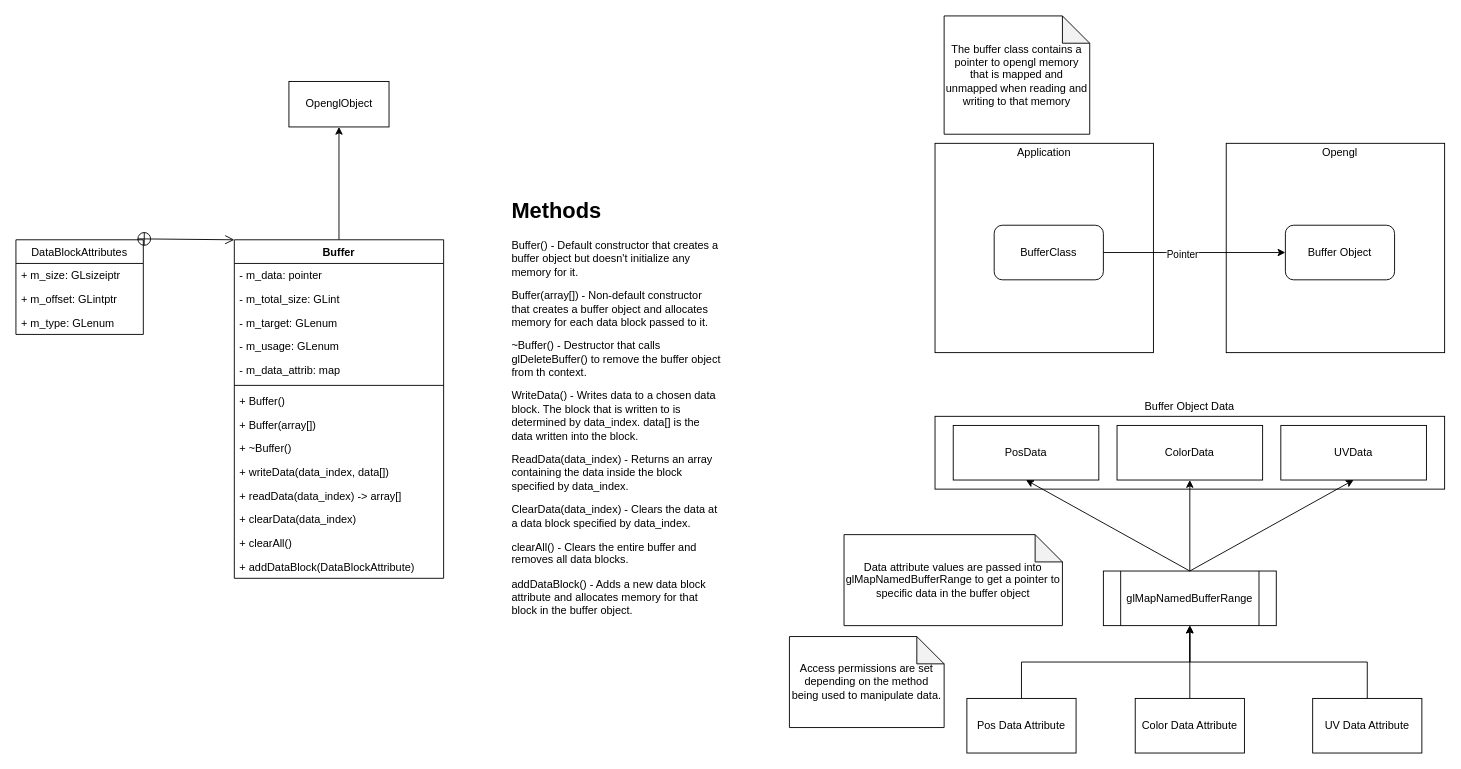
Earlier version of the draw.io diagram docs/buffer.drawio (LowFire/blazer3d). Source tidied: cells renumbered, new cells numbered last; positions are measured from the earlier drawing's top-left corner, leaving out a move shared by most shapes. Both pictures are drawn from the tidied source at 91%, with x=0, y=0 at pixel (15, 15).
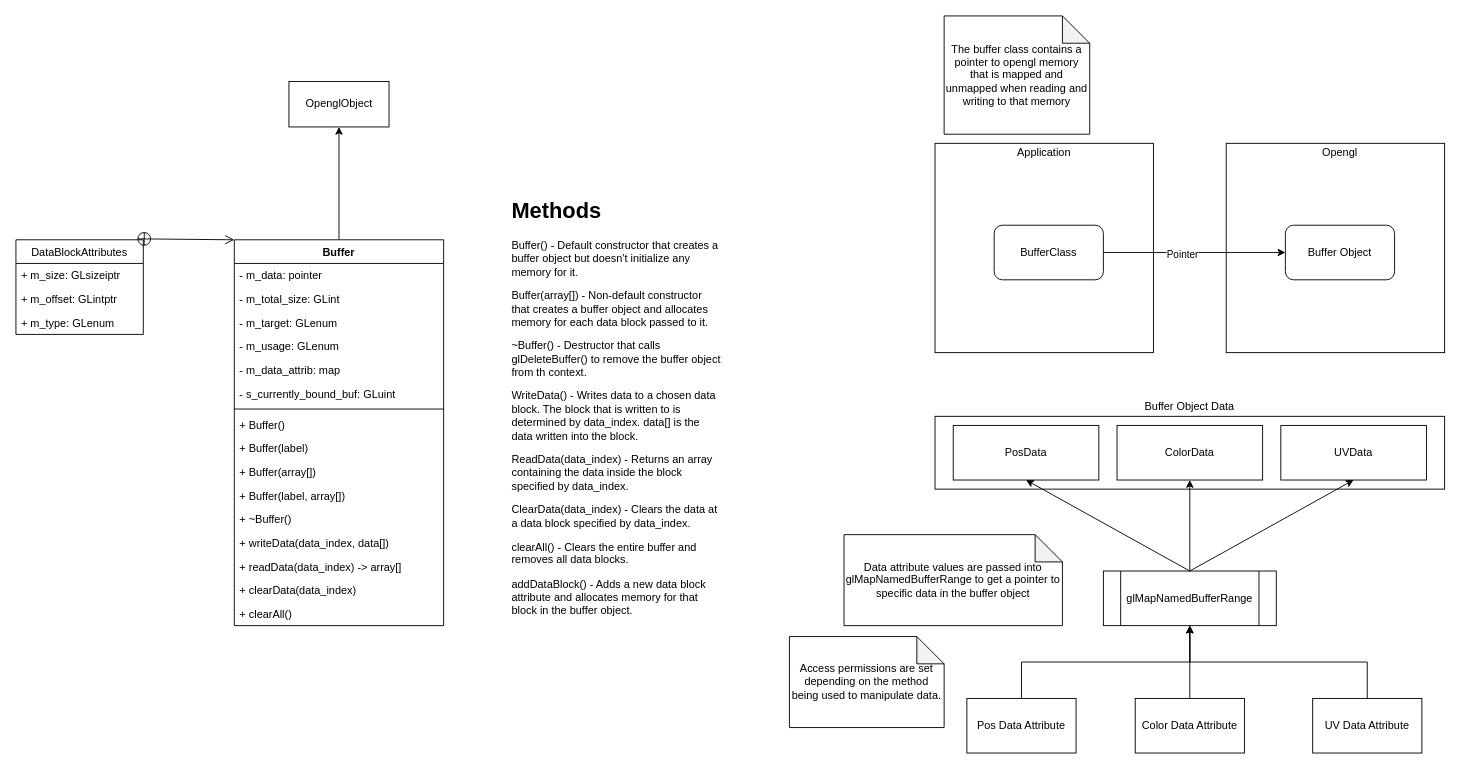
Above is the later version.

What changed in the source:
```diff
@@
     <mxCell id="3" value="Buffer" style="swimlane;fontStyle=1;align=center;verticalAlign=top;horizontal=1;startSize=26;" parent="1" vertex="1">
-      <mxGeometry x="240" y="246" width="230" height="372" as="geometry" />
+      <mxGeometry x="240" y="246" width="230" height="424" as="geometry" />
     </mxCell>
@@
+    <mxCell id="51" value="- m_data_attrib: map" style="text;strokeColor=none;fillColor=none;align=left;verticalAlign=top;spacingLeft=4;spacingRight=4;overflow=hidden;" parent="3" vertex="1">
+      <mxGeometry y="130" width="230" height="26" as="geometry" />
+    </mxCell>
-    <mxCell id="8" value="- m_data_attrib: map" style="text;strokeColor=none;fillColor=none;align=left;verticalAlign=top;spacingLeft=4;spacingRight=4;overflow=hidden;" parent="3" vertex="1">
-      <mxGeometry y="130" width="230" height="26" as="geometry" />
+    <mxCell id="8" value="- s_currently_bound_buf: GLuint" style="text;strokeColor=none;fillColor=none;align=left;verticalAlign=top;spacingLeft=4;spacingRight=4;overflow=hidden;" parent="3" vertex="1">
+      <mxGeometry y="156" width="230" height="26" as="geometry" />
     </mxCell>
     <mxCell id="9" style="line;strokeWidth=1;fillColor=none;align=left;verticalAlign=middle;spacingTop=-1;spacingLeft=3;spacingRight=3;labelPosition=right;" parent="3" vertex="1">
-      <mxGeometry y="156" width="230" height="8" as="geometry" />
+      <mxGeometry y="182" width="230" height="8" as="geometry" />
     </mxCell>
+    <mxCell id="52" value="+ Buffer()" style="text;strokeColor=none;fillColor=none;align=left;verticalAlign=top;spacingLeft=4;spacingRight=4;overflow=hidden;" parent="3" vertex="1">
+      <mxGeometry y="190" width="230" height="26" as="geometry" />
+    </mxCell>
-    <mxCell id="10" value="+ Buffer()" style="text;strokeColor=none;fillColor=none;align=left;verticalAlign=top;spacingLeft=4;spacingRight=4;overflow=hidden;" parent="3" vertex="1">
-      <mxGeometry y="164" width="230" height="26" as="geometry" />
+    <mxCell id="10" value="+ Buffer(label)" style="text;strokeColor=none;fillColor=none;align=left;verticalAlign=top;spacingLeft=4;spacingRight=4;overflow=hidden;" parent="3" vertex="1">
+      <mxGeometry y="216" width="230" height="26" as="geometry" />
     </mxCell>
+    <mxCell id="53" value="+ Buffer(array[])" style="text;strokeColor=none;fillColor=none;align=left;verticalAlign=top;spacingLeft=4;spacingRight=4;overflow=hidden;" parent="3" vertex="1">
+      <mxGeometry y="242" width="230" height="26" as="geometry" />
+    </mxCell>
-    <mxCell id="11" value="+ Buffer(array[])" style="text;strokeColor=none;fillColor=none;align=left;verticalAlign=top;spacingLeft=4;spacingRight=4;overflow=hidden;" parent="3" vertex="1">
-      <mxGeometry y="190" width="230" height="26" as="geometry" />
+    <mxCell id="11" value="+ Buffer(label, array[])" style="text;strokeColor=none;fillColor=none;align=left;verticalAlign=top;spacingLeft=4;spacingRight=4;overflow=hidden;" parent="3" vertex="1">
+      <mxGeometry y="268" width="230" height="26" as="geometry" />
     </mxCell>
     <mxCell id="12" value="+ ~Buffer()" style="text;strokeColor=none;fillColor=none;align=left;verticalAlign=top;spacingLeft=4;spacingRight=4;overflow=hidden;" parent="3" vertex="1">
-      <mxGeometry y="216" width="230" height="26" as="geometry" />
+      <mxGeometry y="294" width="230" height="26" as="geometry" />
     </mxCell>
     <mxCell id="13" value="+ writeData(data_index, data[])" style="text;strokeColor=none;fillColor=none;align=left;verticalAlign=top;spacingLeft=4;spacingRight=4;overflow=hidden;" parent="3" vertex="1">
-      <mxGeometry y="242" width="230" height="26" as="geometry" />
+      <mxGeometry y="320" width="230" height="26" as="geometry" />
     </mxCell>
     <mxCell id="14" value="+ readData(data_index) -&gt; array[]" style="text;strokeColor=none;fillColor=none;align=left;verticalAlign=top;spacingLeft=4;spacingRight=4;overflow=hidden;" parent="3" vertex="1">
-      <mxGeometry y="268" width="230" height="26" as="geometry" />
+      <mxGeometry y="346" width="230" height="26" as="geometry" />
     </mxCell>
     <mxCell id="15" value="+ clearData(data_index)" style="text;strokeColor=none;fillColor=none;align=left;verticalAlign=top;spacingLeft=4;spacingRight=4;overflow=hidden;" parent="3" vertex="1">
-      <mxGeometry y="294" width="230" height="26" as="geometry" />
+      <mxGeometry y="372" width="230" height="26" as="geometry" />
     </mxCell>
     <mxCell id="16" value="+ clearAll()" style="text;strokeColor=none;fillColor=none;align=left;verticalAlign=top;spacingLeft=4;spacingRight=4;overflow=hidden;" parent="3" vertex="1">
-      <mxGeometry y="320" width="230" height="26" as="geometry" />
+      <mxGeometry y="398" width="230" height="26" as="geometry" />
     </mxCell>
-    <mxCell id="17" value="+ addDataBlock(DataBlockAttribute)" style="text;strokeColor=none;fillColor=none;align=left;verticalAlign=top;spacingLeft=4;spacingRight=4;overflow=hidden;" parent="3" vertex="1">
-      <mxGeometry y="346" width="230" height="26" as="geometry" />
-    </mxCell>
```
